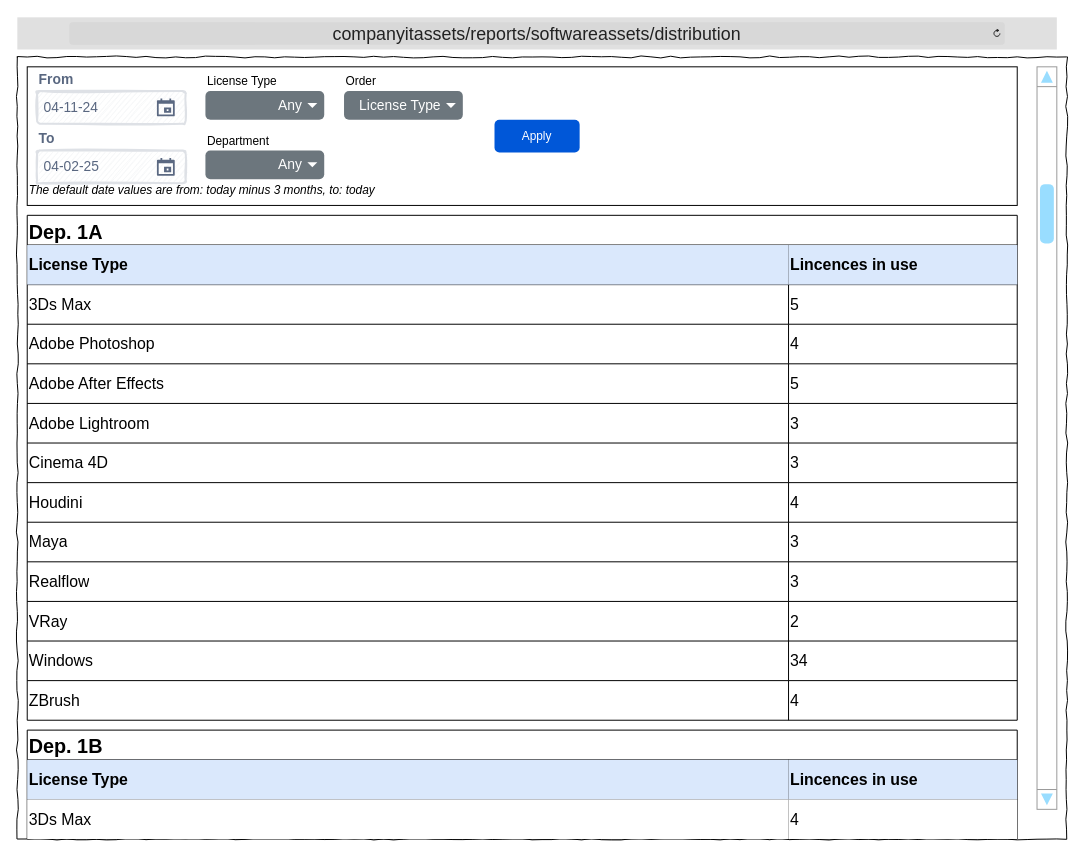
Above: Wireframes/ITAT_Reports_Software.drawio in TRed91/ITAssetTracking (draw.io), before the change. Source tidied: cells renumbered, new cells numbered last; positions are measured from the earlier drawing's top-left corner, leaving out a move shared by most shapes. Both pictures are drawn from the tidied source at 99%, with x=0, y=0 at pixel (17, 17).
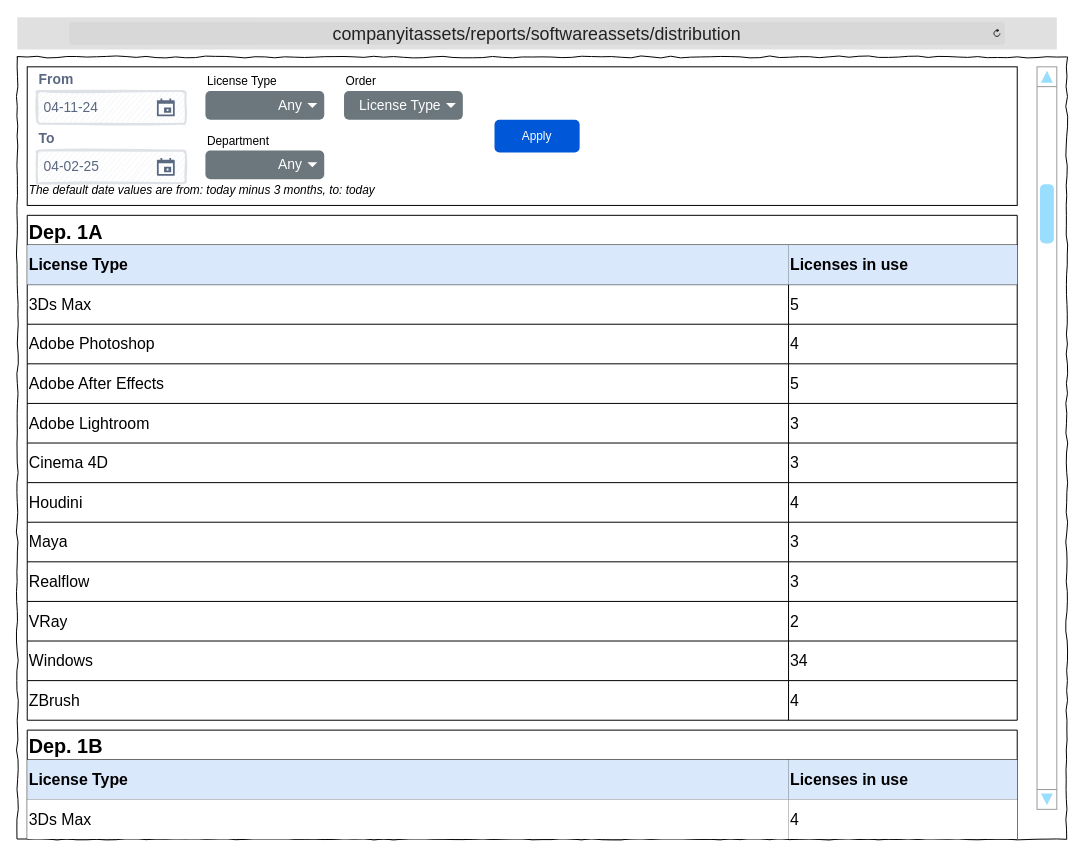
The same diagram, later.

The change refers to these unchanged cells:
```xml
<mxCell id="14" style="shape=tableRow;horizontal=0;startSize=0;swimlaneHead=0;swimlaneBody=0;strokeColor=inherit;top=0;left=0;bottom=0;right=0;fillColor=none;fontSize=16;" parent="13" vertex="1">
  <mxGeometry y="30" width="1000" height="40" as="geometry" />
</mxCell>
<mxCell id="58" style="shape=tableRow;horizontal=0;startSize=0;swimlaneHead=0;swimlaneBody=0;strokeColor=inherit;top=0;left=0;bottom=0;right=0;fillColor=none;fontSize=16;" parent="57" vertex="1">
  <mxGeometry y="30" width="1000" height="40" as="geometry" />
</mxCell>
```

Diff of the diagram source:
```diff
@@
-    <mxCell id="16" value="&lt;b&gt;Lincences in use&lt;/b&gt;" style="shape=partialRectangle;html=1;whiteSpace=wrap;strokeColor=#6c8ebf;overflow=hidden;fillColor=#dae8fc;top=0;left=0;bottom=0;right=0;fontSize=16;align=left;" parent="14" vertex="1">
+    <mxCell id="16" value="&lt;b&gt;Licenses in use&lt;/b&gt;" style="shape=partialRectangle;html=1;whiteSpace=wrap;strokeColor=#6c8ebf;overflow=hidden;fillColor=#dae8fc;top=0;left=0;bottom=0;right=0;fontSize=16;align=left;" parent="14" vertex="1">
       <mxGeometry x="769" width="231" height="40" as="geometry" />
     </mxCell>
@@
-    <mxCell id="60" value="&lt;b&gt;Lincences in use&lt;/b&gt;" style="shape=partialRectangle;html=1;whiteSpace=wrap;strokeColor=#6c8ebf;overflow=hidden;fillColor=#dae8fc;top=0;left=0;bottom=0;right=0;fontSize=16;align=left;" parent="58" vertex="1">
+    <mxCell id="60" value="&lt;b&gt;Licenses in use&lt;/b&gt;" style="shape=partialRectangle;html=1;whiteSpace=wrap;strokeColor=#6c8ebf;overflow=hidden;fillColor=#dae8fc;top=0;left=0;bottom=0;right=0;fontSize=16;align=left;" parent="58" vertex="1">
       <mxGeometry x="769" width="231" height="40" as="geometry" />
     </mxCell>
```
